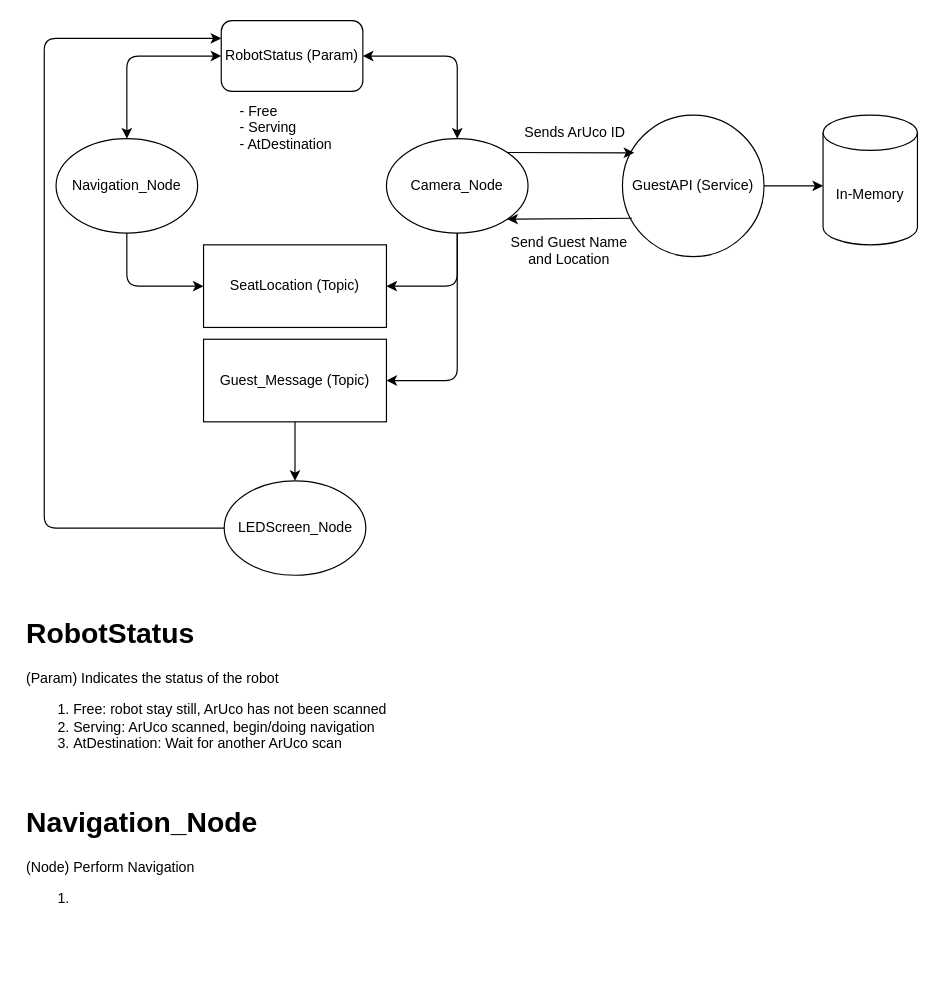
Above: architecture/architecture.drawio in Gromitmugs/CinemaBot (draw.io), before the change. Source tidied: cells renumbered, new cells numbered last; positions are measured from the earlier drawing's top-left corner, leaving out a move shared by most shapes. Both pictures are drawn from the tidied source at 118%, with x=0, y=0 at pixel (20, 20).
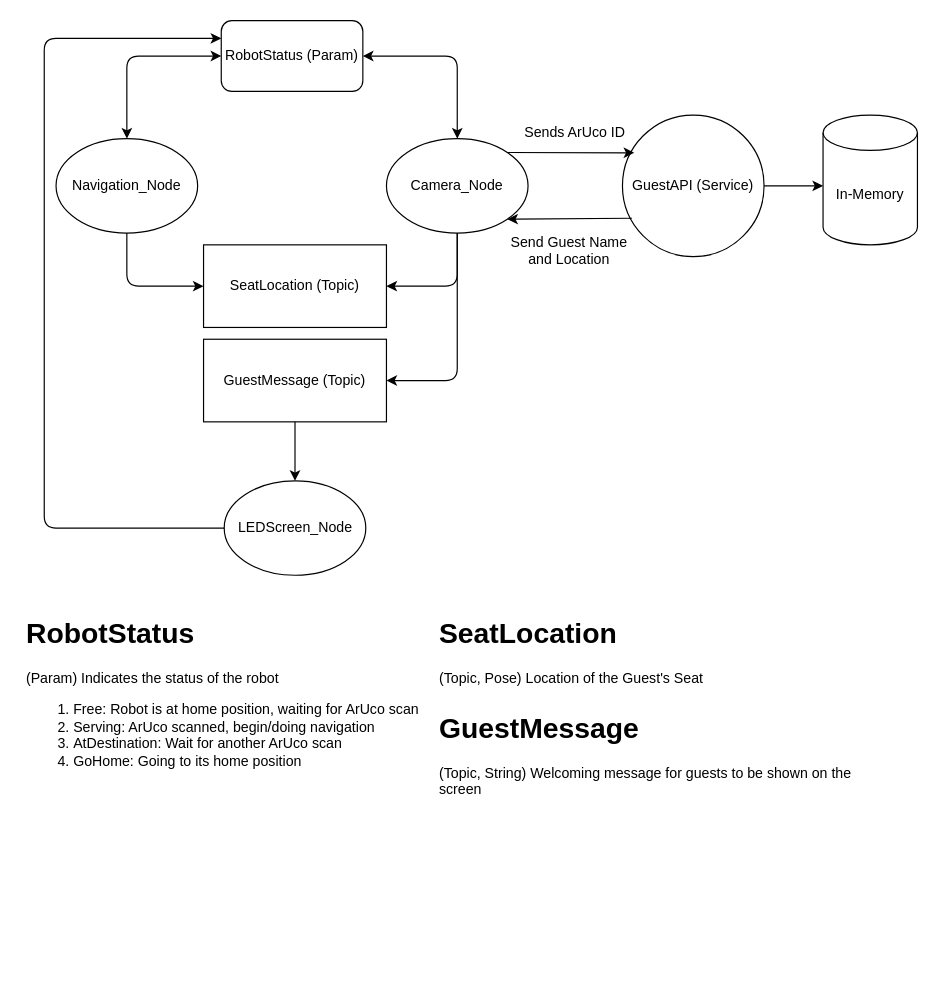
The same diagram, later.

Change to the diagram source:
```diff
@@
-<mxGraphModel>
+<mxGraphModel background="#ffffff">
@@
-    <mxCell id="7" value="- Free&#10;- Serving&#10;- AtDestination" style="text;strokeColor=none;fillColor=none;align=left;verticalAlign=middle;spacingLeft=4;spacingRight=4;overflow=hidden;" parent="1" vertex="1">
-      <mxGeometry x="180" y="60" width="100" height="60" as="geometry" />
-    </mxCell>
@@
-    <mxCell id="17" value="Guest_Message (Topic)" style="rounded=0;whiteSpace=wrap;html=1;" parent="1" vertex="1">
+    <mxCell id="17" value="GuestMessage (Topic)" style="rounded=0;whiteSpace=wrap;html=1;" parent="1" vertex="1">
       <mxGeometry x="155" y="270" width="155" height="70" as="geometry" />
     </mxCell>
@@
-    <mxCell id="22" value="&lt;h1&gt;RobotStatus&lt;/h1&gt;&lt;p&gt;(Param) Indicates the status of the robot&lt;/p&gt;&lt;p&gt;&lt;/p&gt;&lt;ol&gt;&lt;li&gt;Free: robot stay still, ArUco has not been scanned&lt;/li&gt;&lt;li&gt;Serving: ArUco scanned, begin/doing navigation&lt;/li&gt;&lt;li&gt;AtDestination: Wait for another ArUco scan&lt;/li&gt;&lt;/ol&gt;&lt;p&gt;&lt;/p&gt;" style="text;html=1;strokeColor=none;fillColor=none;spacing=5;spacingTop=-20;whiteSpace=wrap;overflow=hidden;rounded=0;" parent="1" vertex="1">
-      <mxGeometry y="500" width="330" height="150" as="geometry" />
+    <mxCell id="22" value="&lt;h1&gt;&lt;font color=&quot;#000000&quot;&gt;RobotStatus&lt;/font&gt;&lt;/h1&gt;&lt;p&gt;&lt;font color=&quot;#000000&quot;&gt;(Param) Indicates the status of the robot&lt;/font&gt;&lt;/p&gt;&lt;p&gt;&lt;/p&gt;&lt;ol&gt;&lt;li&gt;&lt;font color=&quot;#000000&quot;&gt;Free: Robot is at home position, waiting for ArUco scan&lt;/font&gt;&lt;/li&gt;&lt;li&gt;&lt;font color=&quot;#000000&quot;&gt;Serving: ArUco scanned, begin/doing navigation&lt;/font&gt;&lt;/li&gt;&lt;li&gt;&lt;font color=&quot;#000000&quot;&gt;AtDestination: Wait for another ArUco scan&lt;/font&gt;&lt;/li&gt;&lt;li&gt;&lt;font color=&quot;#000000&quot;&gt;GoHome: Going to its home position&lt;/font&gt;&lt;/li&gt;&lt;/ol&gt;&lt;p&gt;&lt;/p&gt;" style="text;html=1;strokeColor=none;fillColor=none;spacing=5;spacingTop=-20;whiteSpace=wrap;overflow=hidden;rounded=0;" parent="1" vertex="1">
+      <mxGeometry y="500" width="390" height="180" as="geometry" />
     </mxCell>
-    <mxCell id="23" value="&lt;h1&gt;Navigation_Node&lt;/h1&gt;&lt;p&gt;(Node) Perform Navigation&lt;/p&gt;&lt;p&gt;&lt;/p&gt;&lt;ol&gt;&lt;li&gt;&lt;br&gt;&lt;/li&gt;&lt;/ol&gt;&lt;p&gt;&lt;/p&gt;" style="text;html=1;strokeColor=none;fillColor=none;spacing=5;spacingTop=-20;whiteSpace=wrap;overflow=hidden;rounded=0;" parent="1" vertex="1">
-      <mxGeometry y="660" width="330" height="150" as="geometry" />
-    </mxCell>
@@
+    <mxCell id="25" value="&lt;h1&gt;&lt;font color=&quot;#000000&quot;&gt;SeatLocation&lt;/font&gt;&lt;/h1&gt;&lt;p&gt;&lt;font color=&quot;#000000&quot;&gt;(Topic, Pose) Location of the Guest's Seat&lt;/font&gt;&lt;/p&gt;&lt;p&gt;&lt;/p&gt;" style="text;html=1;strokeColor=none;fillColor=none;spacing=5;spacingTop=-20;whiteSpace=wrap;overflow=hidden;rounded=0;" parent="1" vertex="1">
+      <mxGeometry x="350" y="500" width="390" height="180" as="geometry" />
+    </mxCell>
+    <mxCell id="26" value="&lt;h1&gt;&lt;font color=&quot;#000000&quot;&gt;GuestMessage&lt;/font&gt;&lt;/h1&gt;&lt;p&gt;&lt;font color=&quot;#000000&quot;&gt;(Topic, String) Welcoming message for guests to be shown on the screen&lt;/font&gt;&lt;/p&gt;&lt;p&gt;&lt;/p&gt;" style="text;html=1;strokeColor=none;fillColor=none;spacing=5;spacingTop=-20;whiteSpace=wrap;overflow=hidden;rounded=0;" parent="1" vertex="1">
+      <mxGeometry x="350" y="580" width="390" height="180" as="geometry" />
+    </mxCell>
```
